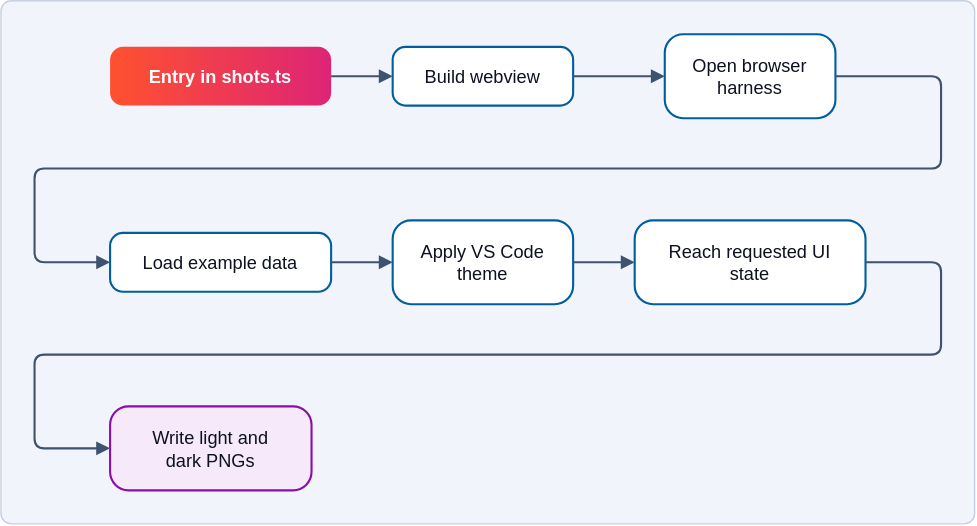
bleviet/ipcraft-vscode keeps this draw.io diagram as docs/images/diagrams/concepts-docs-screenshots-1.drawio.svg. Above is the earlier version. Source tidied: cells renumbered, new cells last; positions are measured from the earlier drawing's top-left corner, leaving out a move shared by most shapes. The source it was exported from:
```xml
<mxGraphModel>
  <root>
    <mxCell id="0" />
    <mxCell id="1" value="Background" parent="0" />
    <mxCell id="2" style="rounded=1;arcSize=2;absoluteArcSize=0;fillColor=#f1f4fb;strokeColor=#c9d0de;" parent="1" vertex="1">
      <mxGeometry width="696" height="374" as="geometry" />
    </mxCell>
    <mxCell id="3" value="Diagram" parent="0" />
    <mxCell id="4" value="Entry in shots.ts" style="fontFamily=Manrope, Helvetica, Arial, sans-serif;fontSize=13;fontColor=#0d1120;strokeWidth=1.5;rounded=1;arcSize=22;fillColor=#ff512f;gradientColor=#dd2476;gradientDirection=east;strokeColor=none;fontColor=#ffffff;fontStyle=1;" parent="3" vertex="1">
      <mxGeometry x="78" y="33" width="158" height="42" as="geometry" />
    </mxCell>
    <mxCell id="5" value="Build webview" style="fontFamily=Manrope, Helvetica, Arial, sans-serif;fontSize=13;fontColor=#0d1120;strokeWidth=1.5;rounded=1;arcSize=22;fillColor=#ffffff;strokeColor=#005e9e;" parent="3" vertex="1">
      <mxGeometry x="280" y="33" width="129" height="42" as="geometry" />
    </mxCell>
    <mxCell id="6" value="Open browser&#10;harness" style="fontFamily=Manrope, Helvetica, Arial, sans-serif;fontSize=13;fontColor=#0d1120;strokeWidth=1.5;rounded=1;arcSize=22;fillColor=#ffffff;strokeColor=#005e9e;" parent="3" vertex="1">
      <mxGeometry x="474.5" y="24" width="122" height="60" as="geometry" />
    </mxCell>
    <mxCell id="7" value="Load example data" style="fontFamily=Manrope, Helvetica, Arial, sans-serif;fontSize=13;fontColor=#0d1120;strokeWidth=1.5;rounded=1;arcSize=22;fillColor=#ffffff;strokeColor=#005e9e;" parent="3" vertex="1">
      <mxGeometry x="78" y="166" width="158" height="42" as="geometry" />
    </mxCell>
    <mxCell id="8" value="Apply VS Code&#10;theme" style="fontFamily=Manrope, Helvetica, Arial, sans-serif;fontSize=13;fontColor=#0d1120;strokeWidth=1.5;rounded=1;arcSize=22;fillColor=#ffffff;strokeColor=#005e9e;" parent="3" vertex="1">
      <mxGeometry x="280" y="157" width="129" height="60" as="geometry" />
    </mxCell>
    <mxCell id="9" value="Reach requested UI&#10;state" style="fontFamily=Manrope, Helvetica, Arial, sans-serif;fontSize=13;fontColor=#0d1120;strokeWidth=1.5;rounded=1;arcSize=22;fillColor=#ffffff;strokeColor=#005e9e;" parent="3" vertex="1">
      <mxGeometry x="453" y="157" width="165" height="60" as="geometry" />
    </mxCell>
    <mxCell id="10" value="Write light and&#10;dark PNGs" style="fontFamily=Manrope, Helvetica, Arial, sans-serif;fontSize=13;fontColor=#0d1120;strokeWidth=1.5;rounded=1;arcSize=22;fillColor=#f5e9fa;strokeColor=#8a0ea8;" parent="3" vertex="1">
      <mxGeometry x="78" y="290" width="144" height="60" as="geometry" />
    </mxCell>
    <mxCell id="11" style="edgeStyle=orthogonalEdgeStyle;rounded=1;arcSize=14;strokeColor=#3d5370;strokeWidth=1.5;endArrow=block;endFill=1;endSize=6;fontFamily=Manrope, Helvetica, Arial, sans-serif;fontSize=11;fontColor=#3d5370;labelBackgroundColor=#f1f4fb;exitX=1;exitY=0.5;exitDx=0;exitDy=0;entryX=0;entryY=0.5;entryDx=0;entryDy=0;" parent="3" edge="1" source="4" target="5">
      <mxGeometry relative="1" as="geometry" />
    </mxCell>
    <mxCell id="12" style="edgeStyle=orthogonalEdgeStyle;rounded=1;arcSize=14;strokeColor=#3d5370;strokeWidth=1.5;endArrow=block;endFill=1;endSize=6;fontFamily=Manrope, Helvetica, Arial, sans-serif;fontSize=11;fontColor=#3d5370;labelBackgroundColor=#f1f4fb;exitX=1;exitY=0.5;exitDx=0;exitDy=0;entryX=0;entryY=0.5;entryDx=0;entryDy=0;" parent="3" edge="1" source="5" target="6">
      <mxGeometry relative="1" as="geometry" />
    </mxCell>
    <mxCell id="13" style="edgeStyle=orthogonalEdgeStyle;rounded=1;arcSize=14;strokeColor=#3d5370;strokeWidth=1.5;endArrow=block;endFill=1;endSize=6;fontFamily=Manrope, Helvetica, Arial, sans-serif;fontSize=11;fontColor=#3d5370;labelBackgroundColor=#f1f4fb;exitX=1;exitY=0.5;exitDx=0;exitDy=0;entryX=0;entryY=0.5;entryDx=0;entryDy=0;" parent="3" edge="1" source="6" target="7">
      <mxGeometry relative="1" as="geometry">
        <Array as="points">
          <mxPoint x="672" y="54" />
          <mxPoint x="672" y="120" />
          <mxPoint x="24" y="120" />
          <mxPoint x="24" y="187" />
        </Array>
      </mxGeometry>
    </mxCell>
    <mxCell id="14" style="edgeStyle=orthogonalEdgeStyle;rounded=1;arcSize=14;strokeColor=#3d5370;strokeWidth=1.5;endArrow=block;endFill=1;endSize=6;fontFamily=Manrope, Helvetica, Arial, sans-serif;fontSize=11;fontColor=#3d5370;labelBackgroundColor=#f1f4fb;exitX=1;exitY=0.5;exitDx=0;exitDy=0;entryX=0;entryY=0.5;entryDx=0;entryDy=0;" parent="3" edge="1" source="7" target="8">
      <mxGeometry relative="1" as="geometry" />
    </mxCell>
    <mxCell id="15" style="edgeStyle=orthogonalEdgeStyle;rounded=1;arcSize=14;strokeColor=#3d5370;strokeWidth=1.5;endArrow=block;endFill=1;endSize=6;fontFamily=Manrope, Helvetica, Arial, sans-serif;fontSize=11;fontColor=#3d5370;labelBackgroundColor=#f1f4fb;exitX=1;exitY=0.5;exitDx=0;exitDy=0;entryX=0;entryY=0.5;entryDx=0;entryDy=0;" parent="3" edge="1" source="8" target="9">
      <mxGeometry relative="1" as="geometry" />
    </mxCell>
    <mxCell id="16" style="edgeStyle=orthogonalEdgeStyle;rounded=1;arcSize=14;strokeColor=#3d5370;strokeWidth=1.5;endArrow=block;endFill=1;endSize=6;fontFamily=Manrope, Helvetica, Arial, sans-serif;fontSize=11;fontColor=#3d5370;labelBackgroundColor=#f1f4fb;exitX=1;exitY=0.5;exitDx=0;exitDy=0;entryX=0;entryY=0.5;entryDx=0;entryDy=0;" parent="3" edge="1" source="9" target="10">
      <mxGeometry relative="1" as="geometry">
        <Array as="points">
          <mxPoint x="672" y="187" />
          <mxPoint x="672" y="253" />
          <mxPoint x="24" y="253" />
          <mxPoint x="24" y="320" />
        </Array>
      </mxGeometry>
    </mxCell>
  </root>
</mxGraphModel>
```
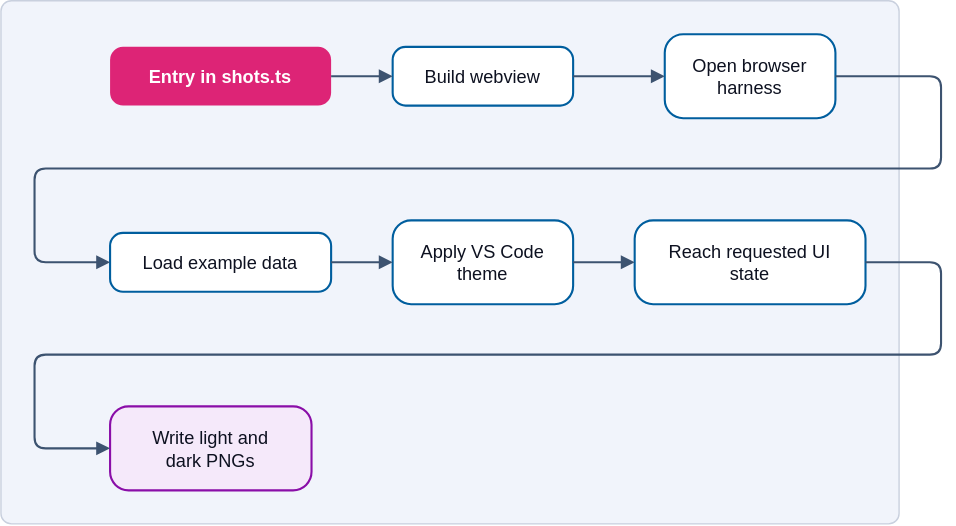
The same diagram one commit later.

What changed in the source:
```diff
@@ -3,10 +3,10 @@
     <mxCell id="0" />
     <mxCell id="1" value="Background" parent="0" />
     <mxCell id="2" style="rounded=1;arcSize=2;absoluteArcSize=0;fillColor=#f1f4fb;strokeColor=#c9d0de;" parent="1" vertex="1">
-      <mxGeometry width="696" height="374" as="geometry" />
+      <mxGeometry width="642" height="374" as="geometry" />
     </mxCell>
     <mxCell id="3" value="Diagram" parent="0" />
-    <mxCell id="4" value="Entry in shots.ts" style="fontFamily=Manrope, Helvetica, Arial, sans-serif;fontSize=13;fontColor=#0d1120;strokeWidth=1.5;rounded=1;arcSize=22;fillColor=#ff512f;gradientColor=#dd2476;gradientDirection=east;strokeColor=none;fontColor=#ffffff;fontStyle=1;" parent="3" vertex="1">
+    <mxCell id="4" value="Entry in shots.ts" style="fontFamily=Manrope, Helvetica, Arial, sans-serif;fontSize=13;fontColor=#0d1120;strokeWidth=1.5;rounded=1;arcSize=22;fillColor=#dd2476;strokeColor=none;fontColor=#ffffff;fontStyle=1;" parent="3" vertex="1">
       <mxGeometry x="78" y="33" width="158" height="42" as="geometry" />
     </mxCell>
     <mxCell id="5" value="Build webview" style="fontFamily=Manrope, Helvetica, Arial, sans-serif;fontSize=13;fontColor=#0d1120;strokeWidth=1.5;rounded=1;arcSize=22;fillColor=#ffffff;strokeColor=#005e9e;" parent="3" vertex="1">
@@ -27,13 +27,13 @@
     <mxCell id="10" value="Write light and&#10;dark PNGs" style="fontFamily=Manrope, Helvetica, Arial, sans-serif;fontSize=13;fontColor=#0d1120;strokeWidth=1.5;rounded=1;arcSize=22;fillColor=#f5e9fa;strokeColor=#8a0ea8;" parent="3" vertex="1">
       <mxGeometry x="78" y="290" width="144" height="60" as="geometry" />
     </mxCell>
-    <mxCell id="11" style="edgeStyle=orthogonalEdgeStyle;rounded=1;arcSize=14;strokeColor=#3d5370;strokeWidth=1.5;endArrow=block;endFill=1;endSize=6;fontFamily=Manrope, Helvetica, Arial, sans-serif;fontSize=11;fontColor=#3d5370;labelBackgroundColor=#f1f4fb;exitX=1;exitY=0.5;exitDx=0;exitDy=0;entryX=0;entryY=0.5;entryDx=0;entryDy=0;" parent="3" edge="1" source="4" target="5">
+    <mxCell id="11" style="edgeStyle=orthogonalEdgeStyle;rounded=1;arcSize=16;html=0;strokeColor=#3d5370;strokeWidth=1.5;endArrow=block;endFill=1;endSize=6;fontFamily=Manrope, Helvetica, Arial, sans-serif;fontSize=11;fontColor=#3d5370;labelBackgroundColor=#f1f4fb;exitX=1;exitY=0.5;exitDx=0;exitDy=0;entryX=0;entryY=0.5;entryDx=0;entryDy=0;" parent="3" edge="1" source="4" target="5">
       <mxGeometry relative="1" as="geometry" />
     </mxCell>
-    <mxCell id="12" style="edgeStyle=orthogonalEdgeStyle;rounded=1;arcSize=14;strokeColor=#3d5370;strokeWidth=1.5;endArrow=block;endFill=1;endSize=6;fontFamily=Manrope, Helvetica, Arial, sans-serif;fontSize=11;fontColor=#3d5370;labelBackgroundColor=#f1f4fb;exitX=1;exitY=0.5;exitDx=0;exitDy=0;entryX=0;entryY=0.5;entryDx=0;entryDy=0;" parent="3" edge="1" source="5" target="6">
+    <mxCell id="12" style="edgeStyle=orthogonalEdgeStyle;rounded=1;arcSize=16;html=0;strokeColor=#3d5370;strokeWidth=1.5;endArrow=block;endFill=1;endSize=6;fontFamily=Manrope, Helvetica, Arial, sans-serif;fontSize=11;fontColor=#3d5370;labelBackgroundColor=#f1f4fb;exitX=1;exitY=0.5;exitDx=0;exitDy=0;entryX=0;entryY=0.5;entryDx=0;entryDy=0;" parent="3" edge="1" source="5" target="6">
       <mxGeometry relative="1" as="geometry" />
     </mxCell>
-    <mxCell id="13" style="edgeStyle=orthogonalEdgeStyle;rounded=1;arcSize=14;strokeColor=#3d5370;strokeWidth=1.5;endArrow=block;endFill=1;endSize=6;fontFamily=Manrope, Helvetica, Arial, sans-serif;fontSize=11;fontColor=#3d5370;labelBackgroundColor=#f1f4fb;exitX=1;exitY=0.5;exitDx=0;exitDy=0;entryX=0;entryY=0.5;entryDx=0;entryDy=0;" parent="3" edge="1" source="6" target="7">
+    <mxCell id="13" style="edgeStyle=orthogonalEdgeStyle;rounded=1;arcSize=16;html=0;strokeColor=#3d5370;strokeWidth=1.5;endArrow=block;endFill=1;endSize=6;fontFamily=Manrope, Helvetica, Arial, sans-serif;fontSize=11;fontColor=#3d5370;labelBackgroundColor=#f1f4fb;exitX=1;exitY=0.5;exitDx=0;exitDy=0;entryX=0;entryY=0.5;entryDx=0;entryDy=0;" parent="3" edge="1" source="6" target="7">
       <mxGeometry relative="1" as="geometry">
         <Array as="points">
           <mxPoint x="672" y="54" />
@@ -43,13 +43,13 @@
         </Array>
       </mxGeometry>
     </mxCell>
-    <mxCell id="14" style="edgeStyle=orthogonalEdgeStyle;rounded=1;arcSize=14;strokeColor=#3d5370;strokeWidth=1.5;endArrow=block;endFill=1;endSize=6;fontFamily=Manrope, Helvetica, Arial, sans-serif;fontSize=11;fontColor=#3d5370;labelBackgroundColor=#f1f4fb;exitX=1;exitY=0.5;exitDx=0;exitDy=0;entryX=0;entryY=0.5;entryDx=0;entryDy=0;" parent="3" edge="1" source="7" target="8">
+    <mxCell id="14" style="edgeStyle=orthogonalEdgeStyle;rounded=1;arcSize=16;html=0;strokeColor=#3d5370;strokeWidth=1.5;endArrow=block;endFill=1;endSize=6;fontFamily=Manrope, Helvetica, Arial, sans-serif;fontSize=11;fontColor=#3d5370;labelBackgroundColor=#f1f4fb;exitX=1;exitY=0.5;exitDx=0;exitDy=0;entryX=0;entryY=0.5;entryDx=0;entryDy=0;" parent="3" edge="1" source="7" target="8">
       <mxGeometry relative="1" as="geometry" />
     </mxCell>
-    <mxCell id="15" style="edgeStyle=orthogonalEdgeStyle;rounded=1;arcSize=14;strokeColor=#3d5370;strokeWidth=1.5;endArrow=block;endFill=1;endSize=6;fontFamily=Manrope, Helvetica, Arial, sans-serif;fontSize=11;fontColor=#3d5370;labelBackgroundColor=#f1f4fb;exitX=1;exitY=0.5;exitDx=0;exitDy=0;entryX=0;entryY=0.5;entryDx=0;entryDy=0;" parent="3" edge="1" source="8" target="9">
+    <mxCell id="15" style="edgeStyle=orthogonalEdgeStyle;rounded=1;arcSize=16;html=0;strokeColor=#3d5370;strokeWidth=1.5;endArrow=block;endFill=1;endSize=6;fontFamily=Manrope, Helvetica, Arial, sans-serif;fontSize=11;fontColor=#3d5370;labelBackgroundColor=#f1f4fb;exitX=1;exitY=0.5;exitDx=0;exitDy=0;entryX=0;entryY=0.5;entryDx=0;entryDy=0;" parent="3" edge="1" source="8" target="9">
       <mxGeometry relative="1" as="geometry" />
     </mxCell>
-    <mxCell id="16" style="edgeStyle=orthogonalEdgeStyle;rounded=1;arcSize=14;strokeColor=#3d5370;strokeWidth=1.5;endArrow=block;endFill=1;endSize=6;fontFamily=Manrope, Helvetica, Arial, sans-serif;fontSize=11;fontColor=#3d5370;labelBackgroundColor=#f1f4fb;exitX=1;exitY=0.5;exitDx=0;exitDy=0;entryX=0;entryY=0.5;entryDx=0;entryDy=0;" parent="3" edge="1" source="9" target="10">
+    <mxCell id="16" style="edgeStyle=orthogonalEdgeStyle;rounded=1;arcSize=16;html=0;strokeColor=#3d5370;strokeWidth=1.5;endArrow=block;endFill=1;endSize=6;fontFamily=Manrope, Helvetica, Arial, sans-serif;fontSize=11;fontColor=#3d5370;labelBackgroundColor=#f1f4fb;exitX=1;exitY=0.5;exitDx=0;exitDy=0;entryX=0;entryY=0.5;entryDx=0;entryDy=0;" parent="3" edge="1" source="9" target="10">
       <mxGeometry relative="1" as="geometry">
         <Array as="points">
           <mxPoint x="672" y="187" />
```
